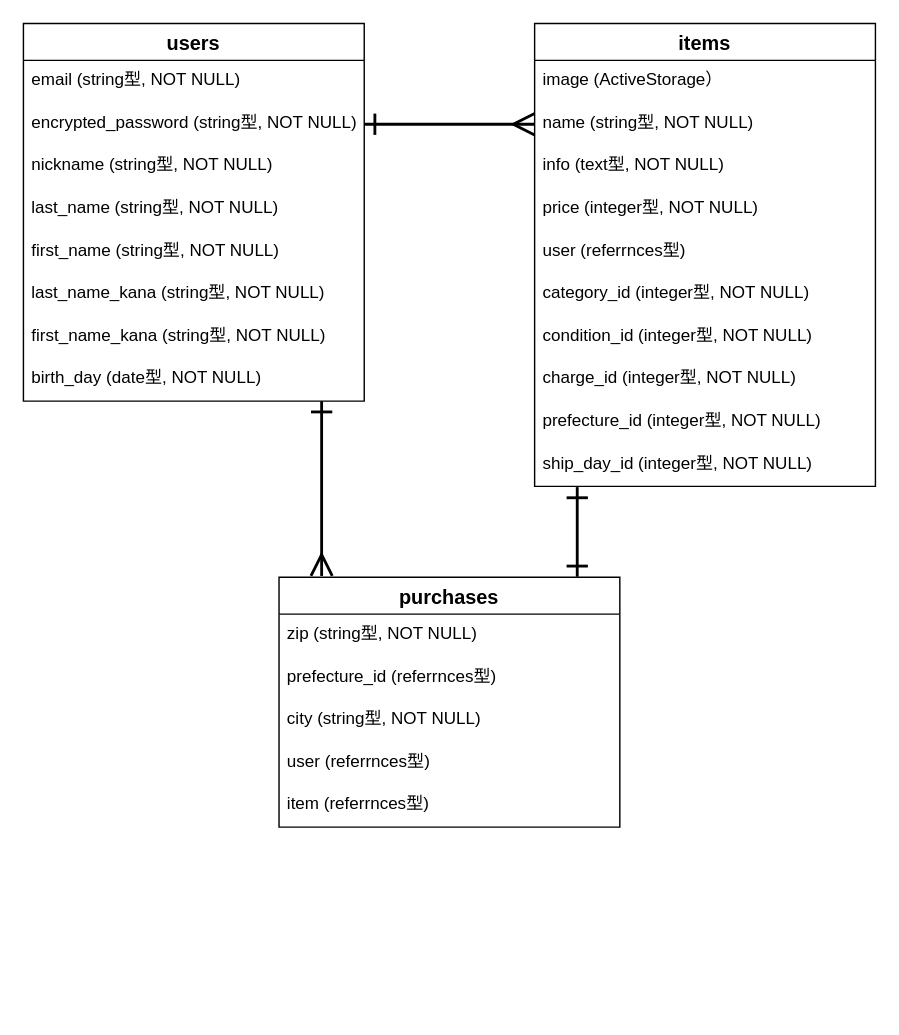
Buchikin/furima-33942 keeps this draw.io diagram as er.dio. Above is the earlier version. Source tidied: cells renumbered, new cells numbered last; positions are measured from the earlier drawing's top-left corner, leaving out a move shared by most shapes. Both pictures are drawn from the tidied source at 142%, with x=0, y=0 at pixel (23, 23).
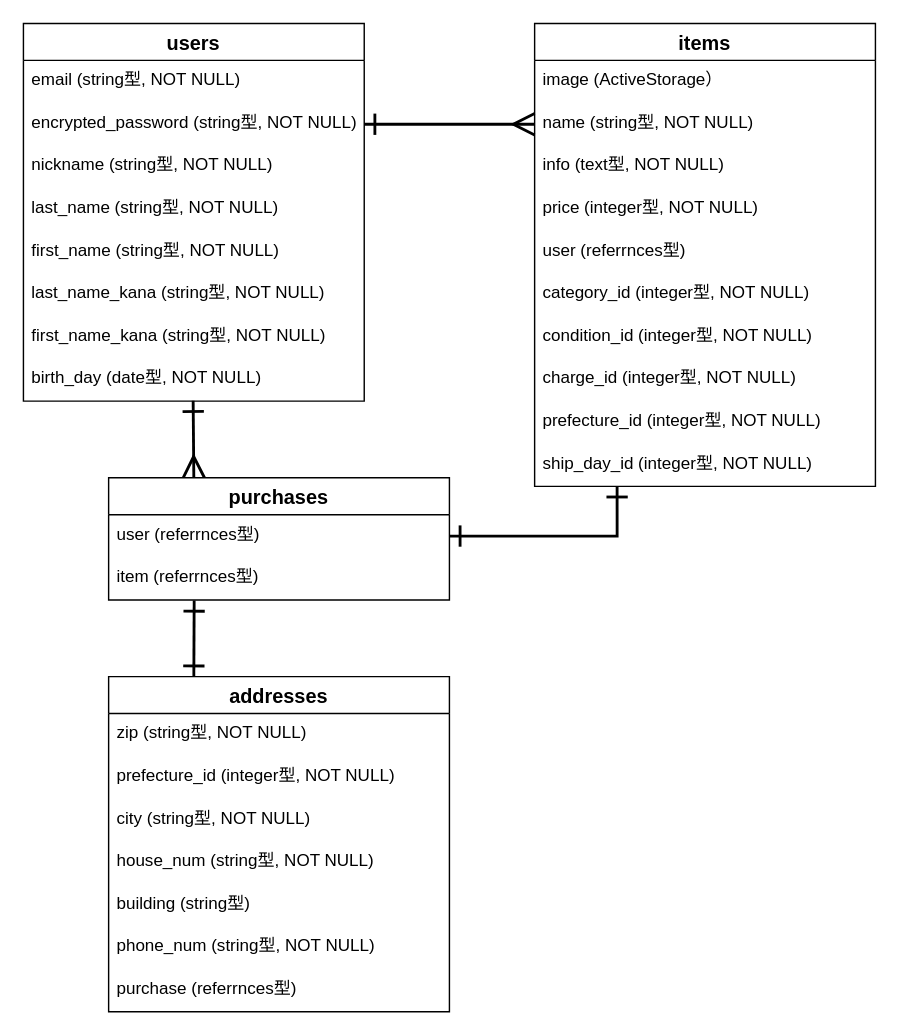
Above is the later version.

Commit message (it also covers changes not shown here):
DB設計の修正２

Unchanged cells that the change refers to:
```xml
<mxCell id="10" value="birth_day (date型, NOT NULL)" style="text;strokeColor=none;fillColor=none;spacingLeft=4;spacingRight=4;overflow=hidden;points=[[0,0.5],[1,0.5]];portConstraint=eastwest;fontSize=12;" parent="2" vertex="1">
  <mxGeometry y="236" width="240" height="30" as="geometry" />
</mxCell>
<mxCell id="27" value="ship_day_id (integer型, NOT NULL)" style="text;strokeColor=none;fillColor=none;spacingLeft=4;spacingRight=4;overflow=hidden;points=[[0,0.5],[1,0.5]];portConstraint=eastwest;fontSize=12;" parent="17" vertex="1">
  <mxGeometry y="296" width="240" height="30" as="geometry" />
</mxCell>
```

The edit, as a diff of the source:
```diff
@@
+    <mxCell id="31" style="edgeStyle=orthogonalEdgeStyle;rounded=0;jettySize=auto;html=1;exitX=0.25;exitY=0;exitDx=0;exitDy=0;entryX=0.498;entryY=0.992;entryDx=0;entryDy=0;entryPerimeter=0;startArrow=ERmany;startFill=0;startSize=12;endArrow=ERone;endFill=0;endSize=12;strokeWidth=2;" parent="1" edge="1" source="11" target="10">
+      <mxGeometry relative="1" as="geometry" />
+    </mxCell>
     <mxCell id="11" value="purchases" style="swimlane;fontStyle=1;horizontal=1;startSize=26;align=center;fontSize=14;" parent="1" vertex="1">
-      <mxGeometry x="180" y="390" width="240" height="176" as="geometry" />
+      <mxGeometry x="60" y="320" width="240" height="86" as="geometry" />
     </mxCell>
-    <mxCell id="12" value="zip (string型, NOT NULL)" style="text;strokeColor=none;fillColor=none;spacingLeft=4;spacingRight=4;overflow=hidden;fontSize=12;" parent="11" vertex="1">
-      <mxGeometry y="26" width="240" height="30" as="geometry" />
-    </mxCell>
-    <mxCell id="13" value="prefecture_id (referrnces型)" style="text;strokeColor=none;fillColor=none;spacingLeft=4;spacingRight=4;overflow=hidden;fontSize=12;" parent="11" vertex="1">
-      <mxGeometry y="56" width="240" height="30" as="geometry" />
-    </mxCell>
-    <mxCell id="14" value="city (string型, NOT NULL)" style="text;strokeColor=none;fillColor=none;spacingLeft=4;spacingRight=4;overflow=hidden;fontSize=12;" parent="11" vertex="1">
-      <mxGeometry y="86" width="240" height="30" as="geometry" />
-    </mxCell>
     <mxCell id="15" value="user (referrnces型)" style="text;strokeColor=none;fillColor=none;spacingLeft=4;spacingRight=4;overflow=hidden;points=[[0,0.5],[1,0.5]];portConstraint=eastwest;fontSize=12;" parent="11" vertex="1">
-      <mxGeometry y="116" width="240" height="30" as="geometry" />
+      <mxGeometry y="26" width="240" height="30" as="geometry" />
     </mxCell>
     <mxCell id="16" value="item (referrnces型)" style="text;strokeColor=none;fillColor=none;spacingLeft=4;spacingRight=4;overflow=hidden;points=[[0,0.5],[1,0.5]];portConstraint=eastwest;fontSize=12;" parent="11" vertex="1">
-      <mxGeometry y="146" width="240" height="30" as="geometry" />
+      <mxGeometry y="56" width="240" height="30" as="geometry" />
     </mxCell>
@@
-    <mxCell id="29" style="edgeStyle=orthogonalEdgeStyle;rounded=0;jettySize=auto;html=1;startArrow=ERone;startFill=0;startSize=12;endArrow=ERone;endFill=0;endSize=12;strokeWidth=2;entryX=0.875;entryY=-0.002;entryDx=0;entryDy=0;entryPerimeter=0;exitX=0.125;exitY=1.018;exitDx=0;exitDy=0;exitPerimeter=0;" parent="1" edge="1" source="27" target="11">
+    <mxCell id="29" style="edgeStyle=orthogonalEdgeStyle;rounded=0;jettySize=auto;html=1;startArrow=ERone;startFill=0;startSize=12;endArrow=ERone;endFill=0;endSize=12;strokeWidth=2;entryX=1;entryY=0.5;entryDx=0;entryDy=0;exitX=0.242;exitY=1;exitDx=0;exitDy=0;exitPerimeter=0;" parent="1" edge="1" source="27" target="15">
       <mxGeometry relative="1" as="geometry" />
     </mxCell>
-    <mxCell id="30" style="edgeStyle=orthogonalEdgeStyle;rounded=0;jettySize=auto;html=1;startArrow=ERone;startFill=0;startSize=12;endArrow=ERmany;endFill=0;endSize=12;strokeWidth=2;entryX=0.875;entryY=-0.002;entryDx=0;entryDy=0;entryPerimeter=0;exitX=0.875;exitY=1.003;exitDx=0;exitDy=0;exitPerimeter=0;" parent="1" edge="1" source="10">
-      <mxGeometry relative="1" as="geometry">
-        <mxPoint x="210" y="389.1" as="targetPoint" />
-      </mxGeometry>
-    </mxCell>
+    <mxCell id="32" style="edgeStyle=orthogonalEdgeStyle;rounded=0;jettySize=auto;html=1;exitX=0.25;exitY=0;exitDx=0;exitDy=0;startArrow=ERone;startFill=0;startSize=12;endArrow=ERone;endFill=0;endSize=12;strokeWidth=2;entryX=0.251;entryY=1.014;entryDx=0;entryDy=0;entryPerimeter=0;" parent="1" edge="1" source="33" target="16">
+      <mxGeometry relative="1" as="geometry" />
+    </mxCell>
+    <mxCell id="33" value="addresses" style="swimlane;fontStyle=1;horizontal=1;startSize=26;align=center;fontSize=14;" parent="1" vertex="1">
+      <mxGeometry x="60" y="460" width="240" height="236" as="geometry" />
+    </mxCell>
+    <mxCell id="12" value="zip (string型, NOT NULL)" style="text;strokeColor=none;fillColor=none;spacingLeft=4;spacingRight=4;overflow=hidden;fontSize=12;" parent="33" vertex="1">
+      <mxGeometry y="26" width="240" height="30" as="geometry" />
+    </mxCell>
+    <mxCell id="34" value="prefecture_id (integer型, NOT NULL)" style="text;strokeColor=none;fillColor=none;spacingLeft=4;spacingRight=4;overflow=hidden;fontSize=12;" parent="33" vertex="1">
+      <mxGeometry y="56" width="240" height="30" as="geometry" />
+    </mxCell>
+    <mxCell id="14" value="city (string型, NOT NULL)" style="text;strokeColor=none;fillColor=none;spacingLeft=4;spacingRight=4;overflow=hidden;fontSize=12;" parent="33" vertex="1">
+      <mxGeometry y="86" width="240" height="30" as="geometry" />
+    </mxCell>
+    <mxCell id="35" value="house_num (string型, NOT NULL)" style="text;strokeColor=none;fillColor=none;spacingLeft=4;spacingRight=4;overflow=hidden;fontSize=12;" parent="33" vertex="1">
+      <mxGeometry y="116" width="240" height="30" as="geometry" />
+    </mxCell>
+    <mxCell id="36" value="building (string型)" style="text;strokeColor=none;fillColor=none;spacingLeft=4;spacingRight=4;overflow=hidden;fontSize=12;" parent="33" vertex="1">
+      <mxGeometry y="146" width="240" height="30" as="geometry" />
+    </mxCell>
+    <mxCell id="37" value="phone_num (string型, NOT NULL)" style="text;strokeColor=none;fillColor=none;spacingLeft=4;spacingRight=4;overflow=hidden;fontSize=12;" parent="33" vertex="1">
+      <mxGeometry y="176" width="240" height="30" as="geometry" />
+    </mxCell>
+    <mxCell id="38" value="purchase (referrnces型)" style="text;strokeColor=none;fillColor=none;spacingLeft=4;spacingRight=4;overflow=hidden;fontSize=12;" parent="33" vertex="1">
+      <mxGeometry y="206" width="240" height="30" as="geometry" />
+    </mxCell>
```
